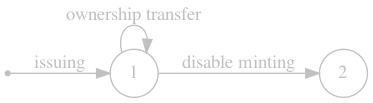
This is x/fantoken/spec/img/fantoken_object_lifecycle.png from angelorc/go-bitsong, a Graphviz export, as it was before one commit. Its source is kept beside it as x/fantoken/spec/img/image_code/fantoken_object_lifecycle.dot. The source it was exported from:
```dot
digraph finite_state_machine {
    rankdir=LR;
    bgcolor="transparent";
    size="8,5"

    node [shape = circle, label="1", fontsize=14, color="gray", fontcolor="gray"] 1;
    node [shape = circle, label="2", fontsize=14, color="gray", fontcolor="gray"] 2;

    node [shape = point, fontsize=14, color="gray", fontcolor="gray"]; qi

    qi -> 1 [label="issuing", fontsize=14, color="gray", fontcolor="gray"];

    1  -> 1 [ label = "ownership transfer", fontsize=14, color="gray", fontcolor="gray"];
    1  -> 2 [ label = "disable minting", fontsize=14, color="gray", fontcolor="gray"];
}
```
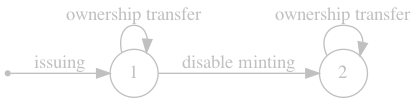
The same diagram one commit later.

Commit message:
docs: :memo: update fsm for fan token instance

Updating the finite state machine diagram for fan token instance in fantoken module documentation.

The edit, as a diff of the source:
```diff
@@ -12,4 +12,5 @@
 
     1  -> 1 [ label = "ownership transfer", fontsize=14, color="gray", fontcolor="gray"];
     1  -> 2 [ label = "disable minting", fontsize=14, color="gray", fontcolor="gray"];
+    2  -> 2 [ label = "ownership transfer", fontsize=14, color="gray", fontcolor="gray"];
 }
```
